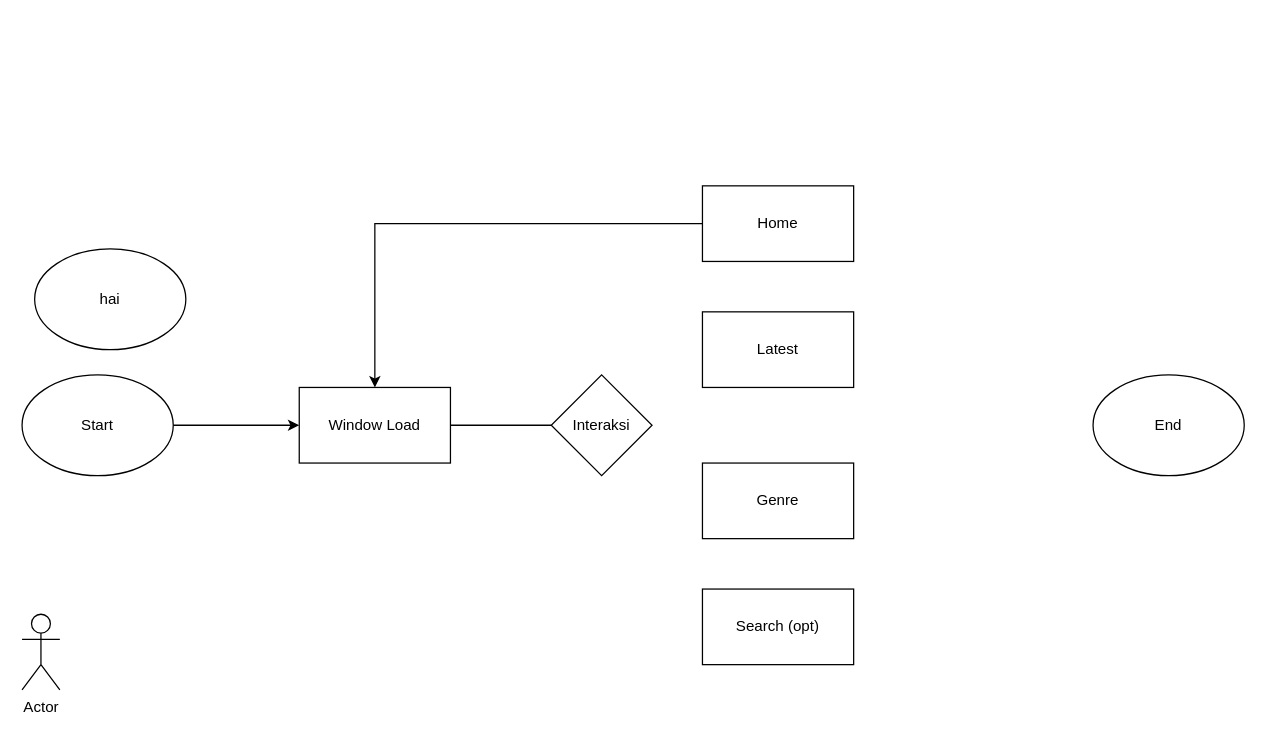
Above: web.drawio in Aryanda04/File-common (draw.io), before the change. Source tidied: cells renumbered, new cells numbered last; positions are measured from the earlier drawing's top-left corner, leaving out a move shared by most shapes. Both pictures are drawn from the tidied source at 126%, with x=0, y=0 at pixel (21, 185).
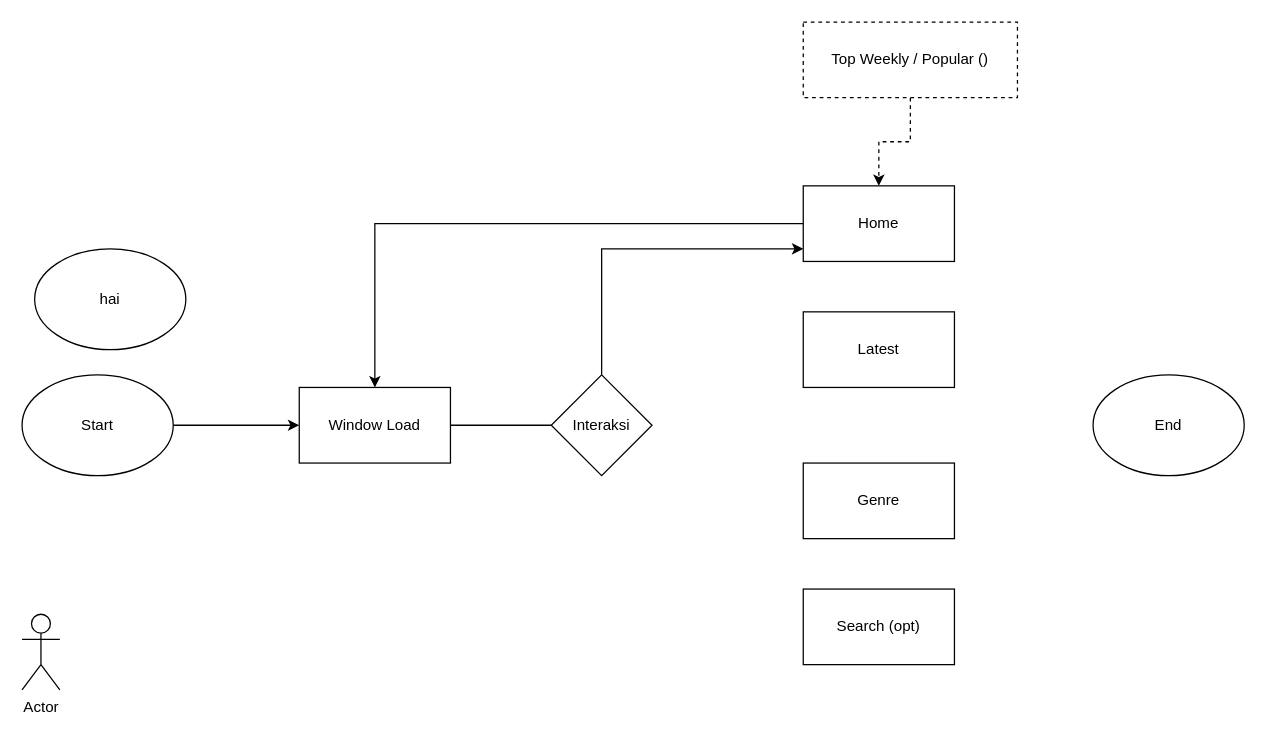
The same page after the edit.

The edit, as a diff of the source:
```diff
@@
 <mxGraphModel>
   <root>
     <mxCell id="0" />
     <mxCell id="1" parent="0" />
     <mxCell id="2" style="edgeStyle=orthogonalEdgeStyle;rounded=0;jettySize=auto;html=1;" parent="1" edge="1" source="3" target="7">
       <mxGeometry relative="1" as="geometry" />
     </mxCell>
     <mxCell id="3" value="Start" style="ellipse;whiteSpace=wrap;html=1;" parent="1" vertex="1">
       <mxGeometry y="150" width="120" height="80" as="geometry" />
     </mxCell>
     <mxCell id="4" value="Actor" style="shape=umlActor;verticalLabelPosition=bottom;verticalAlign=top;html=1;" parent="1" vertex="1">
       <mxGeometry y="340" width="30" height="60" as="geometry" />
     </mxCell>
     <mxCell id="5" value="End" style="ellipse;whiteSpace=wrap;html=1;" parent="1" vertex="1">
       <mxGeometry x="850" y="150" width="120" height="80" as="geometry" />
     </mxCell>
     <mxCell id="6" value="hai" style="ellipse;whiteSpace=wrap;html=1;" parent="1" vertex="1">
       <mxGeometry x="10" y="50" width="120" height="80" as="geometry" />
     </mxCell>
     <mxCell id="7" value="Window Load" style="rounded=0;whiteSpace=wrap;html=1;" parent="1" vertex="1">
       <mxGeometry x="220" y="160" width="120" height="60" as="geometry" />
     </mxCell>
+    <mxCell id="15" style="edgeStyle=orthogonalEdgeStyle;rounded=0;jettySize=auto;html=1;" parent="1" edge="1" source="8" target="11">
+      <mxGeometry relative="1" as="geometry">
+        <Array as="points">
+          <mxPoint x="460" y="50" />
+        </Array>
+      </mxGeometry>
+    </mxCell>
     <mxCell id="8" value="Interaksi" style="rhombus;whiteSpace=wrap;html=1;" parent="1" vertex="1">
       <mxGeometry x="420" y="150" width="80" height="80" as="geometry" />
     </mxCell>
     <mxCell id="9" style="edgeStyle=orthogonalEdgeStyle;rounded=0;jettySize=auto;html=1;endArrow=none;" parent="1" edge="1" source="7" target="8">
       <mxGeometry relative="1" as="geometry" />
     </mxCell>
     <mxCell id="10" style="edgeStyle=orthogonalEdgeStyle;rounded=0;jettySize=auto;html=1;" parent="1" edge="1" source="11" target="7">
       <mxGeometry relative="1" as="geometry" />
     </mxCell>
     <mxCell id="11" value="Home" style="rounded=0;whiteSpace=wrap;html=1;" parent="1" vertex="1">
-      <mxGeometry x="540" width="120" height="60" as="geometry" />
+      <mxGeometry x="620" width="120" height="60" as="geometry" />
     </mxCell>
     <mxCell id="12" value="Latest" style="rounded=0;whiteSpace=wrap;html=1;" parent="1" vertex="1">
-      <mxGeometry x="540" y="100" width="120" height="60" as="geometry" />
+      <mxGeometry x="620" y="100" width="120" height="60" as="geometry" />
     </mxCell>
     <mxCell id="13" value="Search (opt)" style="rounded=0;whiteSpace=wrap;html=1;" parent="1" vertex="1">
-      <mxGeometry x="540" y="320" width="120" height="60" as="geometry" />
+      <mxGeometry x="620" y="320" width="120" height="60" as="geometry" />
     </mxCell>
     <mxCell id="14" value="Genre" style="rounded=0;whiteSpace=wrap;html=1;" parent="1" vertex="1">
-      <mxGeometry x="540" y="220" width="120" height="60" as="geometry" />
+      <mxGeometry x="620" y="220" width="120" height="60" as="geometry" />
     </mxCell>
+    <mxCell id="16" style="edgeStyle=orthogonalEdgeStyle;rounded=0;jettySize=auto;html=1;dashed=1;" parent="1" edge="1" source="17" target="11">
+      <mxGeometry relative="1" as="geometry" />
+    </mxCell>
+    <mxCell id="17" value="Top Weekly / Popular ()" style="rounded=0;whiteSpace=wrap;html=1;dashed=1;" parent="1" vertex="1">
+      <mxGeometry x="620" y="-130" width="170" height="60" as="geometry" />
+    </mxCell>
   </root>
 </mxGraphModel>
```
